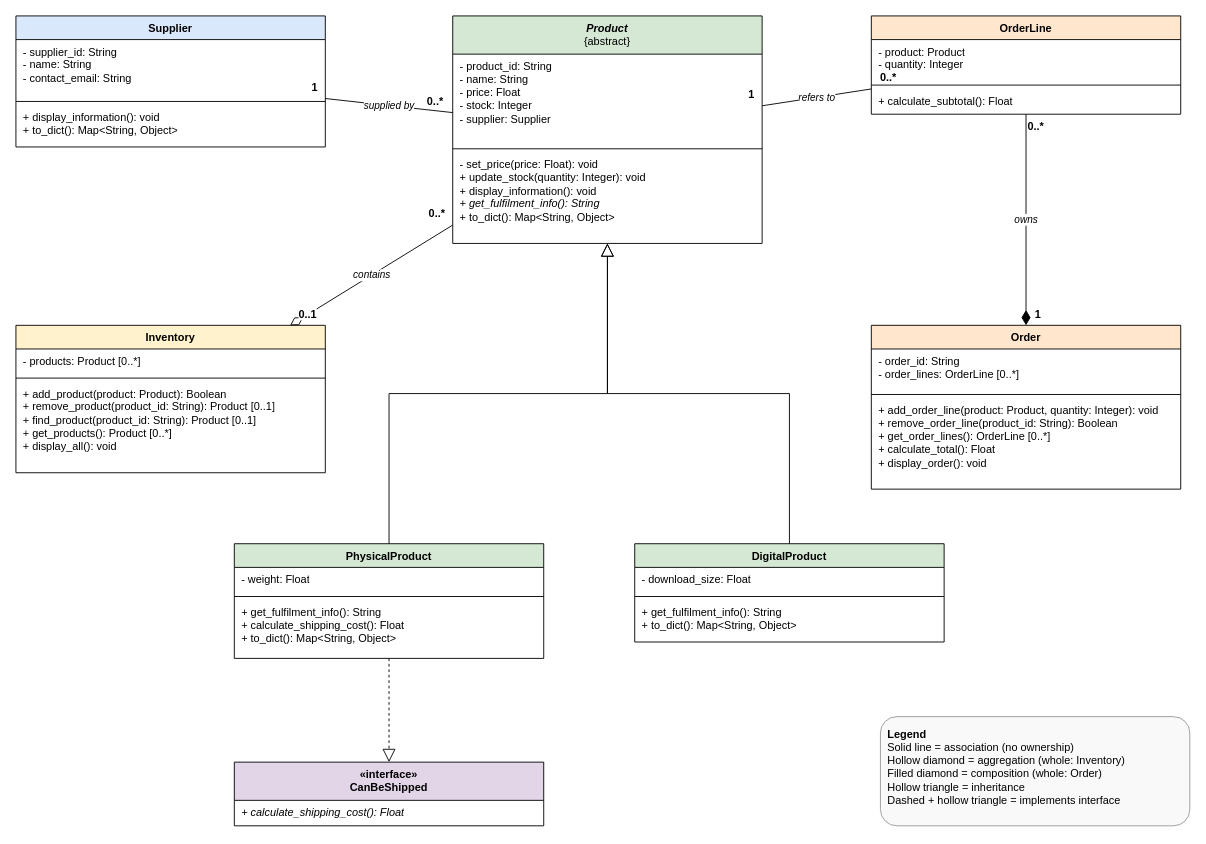
Before: Lab8_UML.drawio in teoen2004/inf1103-labs, a draw.io diagram. Source tidied: cells renumbered, new cells numbered last; positions are measured from the earlier drawing's top-left corner, leaving out a move shared by most shapes. Both pictures are drawn from the tidied source at 91%, with x=0, y=0 at pixel (15, 15).
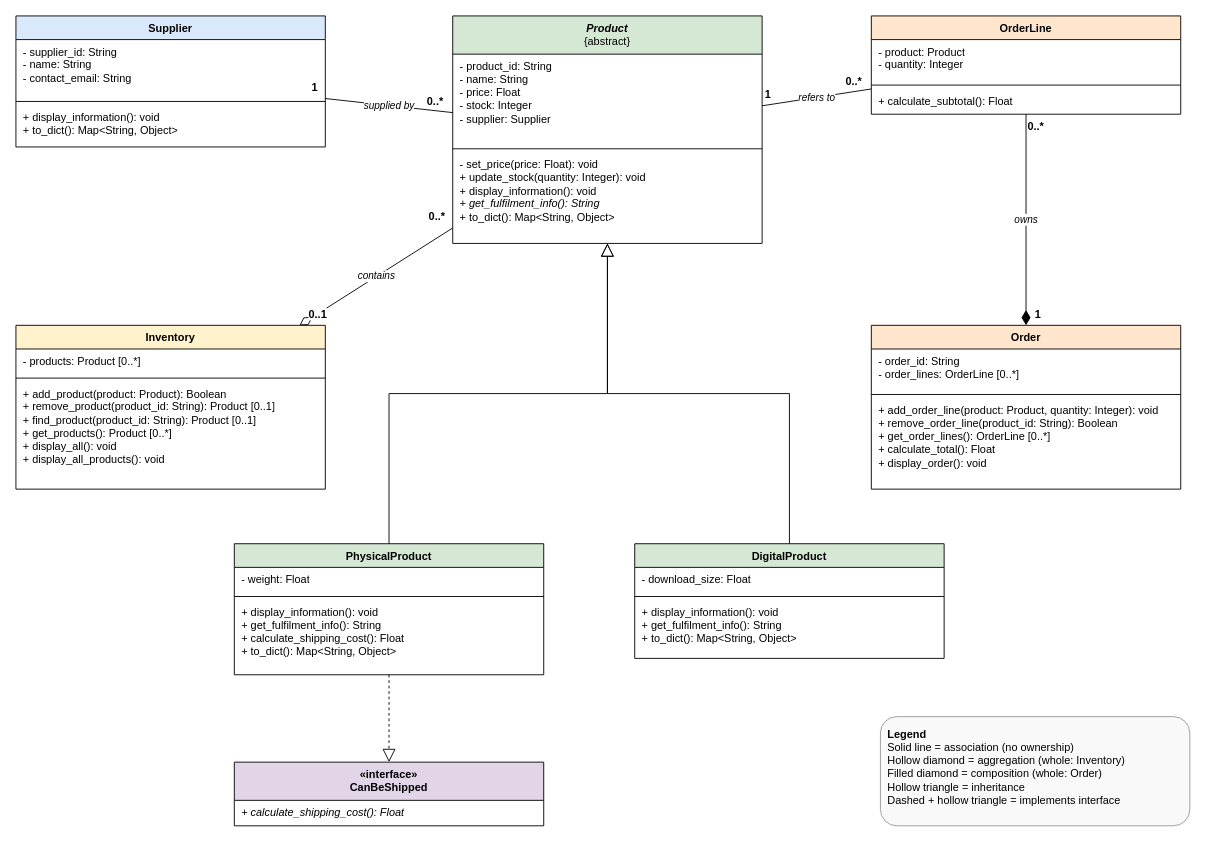
Above is the later version.

Commit message:
Update UML for Section 6: overridden display_information and display_all_products

The change refers to these unchanged cells:
```xml
<mxCell id="38" value="refers to" style="html=1;rounded=0;endSize=12;startSize=14;endArrow=none;fontStyle=2;" parent="1" edge="1" source="10" target="6">
  <mxGeometry relative="1" as="geometry" />
</mxCell>
```

The edit, as a diff of the source:
```diff
@@
     <mxCell id="14" value="Inventory" style="swimlane;fontStyle=1;align=center;verticalAlign=top;horizontal=1;startSize=26;whiteSpace=wrap;html=1;fillColor=#fff2cc;" parent="1" vertex="1">
-      <mxGeometry y="340" width="340" height="162" as="geometry" />
+      <mxGeometry y="340" width="340" height="180" as="geometry" />
     </mxCell>
@@
-    <mxCell id="17" value="+ add_product(product: Product): Boolean&lt;br&gt;+ remove_product(product_id: String): Product [0..1]&lt;br&gt;+ find_product(product_id: String): Product [0..1]&lt;br&gt;+ get_products(): Product [0..*]&lt;br&gt;+ display_all(): void" style="text;strokeColor=none;fillColor=none;align=left;verticalAlign=top;spacingLeft=6;spacingRight=4;overflow=hidden;whiteSpace=wrap;html=1;" parent="14" vertex="1">
-      <mxGeometry y="62" width="340" height="100" as="geometry" />
+    <mxCell id="17" value="+ add_product(product: Product): Boolean&lt;br&gt;+ remove_product(product_id: String): Product [0..1]&lt;br&gt;+ find_product(product_id: String): Product [0..1]&lt;br&gt;+ get_products(): Product [0..*]&lt;br&gt;+ display_all(): void&lt;br&gt;+ display_all_products(): void" style="text;strokeColor=none;fillColor=none;align=left;verticalAlign=top;spacingLeft=6;spacingRight=4;overflow=hidden;whiteSpace=wrap;html=1;" parent="14" vertex="1">
+      <mxGeometry y="62" width="340" height="118" as="geometry" />
     </mxCell>
@@
     <mxCell id="22" value="PhysicalProduct" style="swimlane;fontStyle=1;align=center;verticalAlign=top;horizontal=1;startSize=26;whiteSpace=wrap;html=1;fillColor=#d5e8d4;" parent="1" vertex="1">
-      <mxGeometry x="240" y="580" width="340" height="126" as="geometry" />
+      <mxGeometry x="240" y="580" width="340" height="144" as="geometry" />
     </mxCell>
@@
-    <mxCell id="25" value="+ get_fulfilment_info(): String&lt;br&gt;+ calculate_shipping_cost(): Float&lt;br&gt;+ to_dict(): Map&amp;lt;String, Object&amp;gt;" style="text;strokeColor=none;fillColor=none;align=left;verticalAlign=top;spacingLeft=6;spacingRight=4;overflow=hidden;whiteSpace=wrap;html=1;" parent="22" vertex="1">
-      <mxGeometry y="62" width="340" height="64" as="geometry" />
+    <mxCell id="25" value="+ display_information(): void&lt;br&gt;+ get_fulfilment_info(): String&lt;br&gt;+ calculate_shipping_cost(): Float&lt;br&gt;+ to_dict(): Map&amp;lt;String, Object&amp;gt;" style="text;strokeColor=none;fillColor=none;align=left;verticalAlign=top;spacingLeft=6;spacingRight=4;overflow=hidden;whiteSpace=wrap;html=1;" parent="22" vertex="1">
+      <mxGeometry y="62" width="340" height="82" as="geometry" />
     </mxCell>
     <mxCell id="26" value="DigitalProduct" style="swimlane;fontStyle=1;align=center;verticalAlign=top;horizontal=1;startSize=26;whiteSpace=wrap;html=1;fillColor=#d5e8d4;" parent="1" vertex="1">
-      <mxGeometry x="680" y="580" width="340" height="108" as="geometry" />
+      <mxGeometry x="680" y="580" width="340" height="126" as="geometry" />
     </mxCell>
@@
-    <mxCell id="29" value="+ get_fulfilment_info(): String&lt;br&gt;+ to_dict(): Map&amp;lt;String, Object&amp;gt;" style="text;strokeColor=none;fillColor=none;align=left;verticalAlign=top;spacingLeft=6;spacingRight=4;overflow=hidden;whiteSpace=wrap;html=1;" parent="26" vertex="1">
-      <mxGeometry y="62" width="340" height="46" as="geometry" />
+    <mxCell id="29" value="+ display_information(): void&lt;br&gt;+ get_fulfilment_info(): String&lt;br&gt;+ to_dict(): Map&amp;lt;String, Object&amp;gt;" style="text;strokeColor=none;fillColor=none;align=left;verticalAlign=top;spacingLeft=6;spacingRight=4;overflow=hidden;whiteSpace=wrap;html=1;" parent="26" vertex="1">
+      <mxGeometry y="62" width="340" height="64" as="geometry" />
     </mxCell>
@@
     <mxCell id="39" value="0..*" style="edgeLabel;html=1;fontSize=12;fontStyle=1;align=left;verticalAlign=bottom;" parent="38" vertex="1">
       <mxGeometry x="-1" relative="1" as="geometry">
-        <mxPoint x="8" y="-4" as="offset" />
+        <mxPoint x="-30" as="offset" />
       </mxGeometry>
     </mxCell>
     <mxCell id="40" value="1" style="edgeLabel;html=1;fontSize=12;fontStyle=1;align=right;verticalAlign=bottom;" parent="38" vertex="1">
       <mxGeometry x="1" relative="1" as="geometry">
-        <mxPoint x="-8" y="-4" as="offset" />
+        <mxPoint x="10" y="-4" as="offset" />
       </mxGeometry>
     </mxCell>
```
